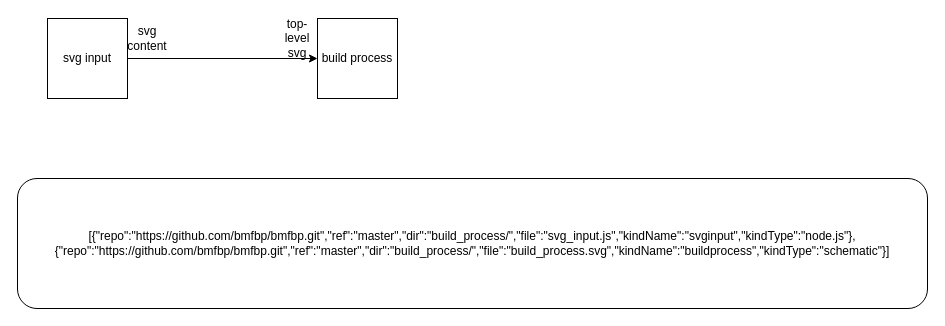
The draw.io diagram page "ide.svg" (1 of 3) of build_process/build_process.drawio in bmfbp/bmfbp, before the edit. Source tidied: cells renumbered, new cells numbered last; positions are measured from the earlier drawing's top-left corner, leaving out a move shared by most shapes. Both pictures are drawn from the tidied source at 100%, with x=0, y=0 at pixel (17, 18).
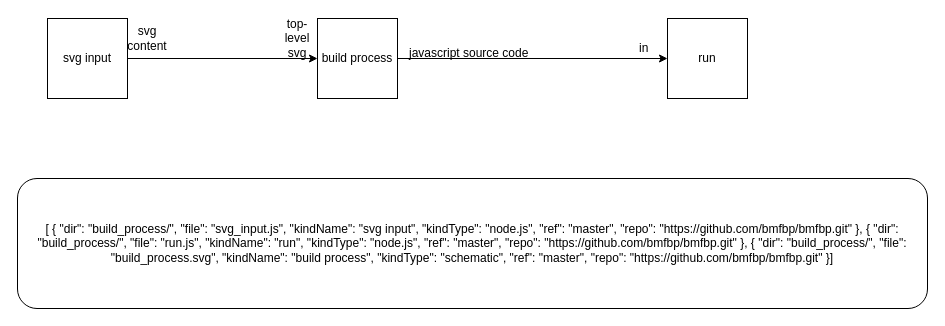
The same page after the edit.

What changed in the source:
```diff
@@
 <mxGraphModel>
   <root>
     <mxCell id="0" />
     <mxCell id="1" parent="0" />
     <mxCell id="2" style="edgeStyle=orthogonalEdgeStyle;rounded=0;jettySize=auto;html=1;exitX=1;exitY=0.5;exitDx=0;exitDy=0;entryX=0;entryY=0.5;entryDx=0;entryDy=0;" parent="1" edge="1" source="3" target="4">
       <mxGeometry relative="1" as="geometry" />
     </mxCell>
     <mxCell id="3" value="svg input" style="whiteSpace=wrap;html=1;" parent="1" vertex="1">
       <mxGeometry x="30" width="80" height="80" as="geometry" />
     </mxCell>
+    <mxCell id="8" style="edgeStyle=orthogonalEdgeStyle;rounded=0;jettySize=auto;html=1;exitX=1;exitY=0.5;exitDx=0;exitDy=0;entryX=0;entryY=0.5;entryDx=0;entryDy=0;" parent="1" edge="1" source="4" target="10">
+      <mxGeometry relative="1" as="geometry" />
+    </mxCell>
     <mxCell id="4" value="build process&lt;br&gt;" style="whiteSpace=wrap;html=1;" parent="1" vertex="1">
       <mxGeometry x="300" width="80" height="80" as="geometry" />
     </mxCell>
     <mxCell id="5" value="top-level svg" style="text;html=1;strokeColor=none;fillColor=none;align=center;verticalAlign=middle;whiteSpace=wrap;rounded=0;" parent="1" vertex="1">
       <mxGeometry x="260" y="10" width="40" height="20" as="geometry" />
     </mxCell>
     <mxCell id="6" value="svg content" style="text;html=1;strokeColor=none;fillColor=none;align=center;verticalAlign=middle;whiteSpace=wrap;rounded=0;" parent="1" vertex="1">
       <mxGeometry x="110" y="10" width="40" height="20" as="geometry" />
     </mxCell>
-    <mxCell id="7" value="&lt;span&gt;[{&quot;repo&quot;:&quot;https://github.com/bmfbp/bmfbp.git&quot;,&quot;ref&quot;:&quot;master&quot;,&quot;dir&quot;:&quot;build_process/&quot;,&quot;file&quot;:&quot;svg_input.js&quot;,&quot;kindName&quot;:&quot;svginput&quot;,&quot;kindType&quot;:&quot;node.js&quot;},{&quot;repo&quot;:&quot;https://github.com/bmfbp/bmfbp.git&quot;,&quot;ref&quot;:&quot;master&quot;,&quot;dir&quot;:&quot;build_process/&quot;,&quot;file&quot;:&quot;build_process.svg&quot;,&quot;kindName&quot;:&quot;buildprocess&quot;,&quot;kindType&quot;:&quot;schematic&quot;}]&lt;/span&gt;" style="rounded=1;whiteSpace=wrap;html=1;" parent="1" vertex="1">
+    <mxCell id="7" value="&lt;span&gt;[ { &quot;dir&quot;: &quot;build_process/&quot;, &quot;file&quot;: &quot;svg_input.js&quot;, &quot;kindName&quot;: &quot;svg input&quot;, &quot;kindType&quot;: &quot;node.js&quot;, &quot;ref&quot;: &quot;master&quot;, &quot;repo&quot;: &quot;https://github.com/bmfbp/bmfbp.git&quot; }, { &quot;dir&quot;: &quot;build_process/&quot;, &quot;file&quot;: &quot;run.js&quot;, &quot;kindName&quot;: &quot;run&quot;, &quot;kindType&quot;: &quot;node.js&quot;, &quot;ref&quot;: &quot;master&quot;, &quot;repo&quot;: &quot;https://github.com/bmfbp/bmfbp.git&quot; }, { &quot;dir&quot;: &quot;build_process/&quot;, &quot;file&quot;: &quot;build_process.svg&quot;, &quot;kindName&quot;: &quot;build process&quot;, &quot;kindType&quot;: &quot;schematic&quot;, &quot;ref&quot;: &quot;master&quot;, &quot;repo&quot;: &quot;https://github.com/bmfbp/bmfbp.git&quot; }]&lt;/span&gt;" style="rounded=1;whiteSpace=wrap;html=1;" parent="1" vertex="1">
       <mxGeometry y="160" width="910" height="130" as="geometry" />
     </mxCell>
+    <mxCell id="9" value="&lt;span&gt;javascript source code&lt;/span&gt;" style="text;html=1;align=left;verticalAlign=top;spacingTop=-4;" parent="1" vertex="1">
+      <mxGeometry x="390" y="25" width="130" height="10" as="geometry" />
+    </mxCell>
+    <mxCell id="10" value="run" style="whiteSpace=wrap;html=1;" parent="1" vertex="1">
+      <mxGeometry x="650" width="80" height="80" as="geometry" />
+    </mxCell>
+    <mxCell id="11" value="in" style="text;html=1;align=left;verticalAlign=top;spacingTop=-4;" parent="1" vertex="1">
+      <mxGeometry x="620" y="20" width="20" height="10" as="geometry" />
+    </mxCell>
   </root>
 </mxGraphModel>
```
